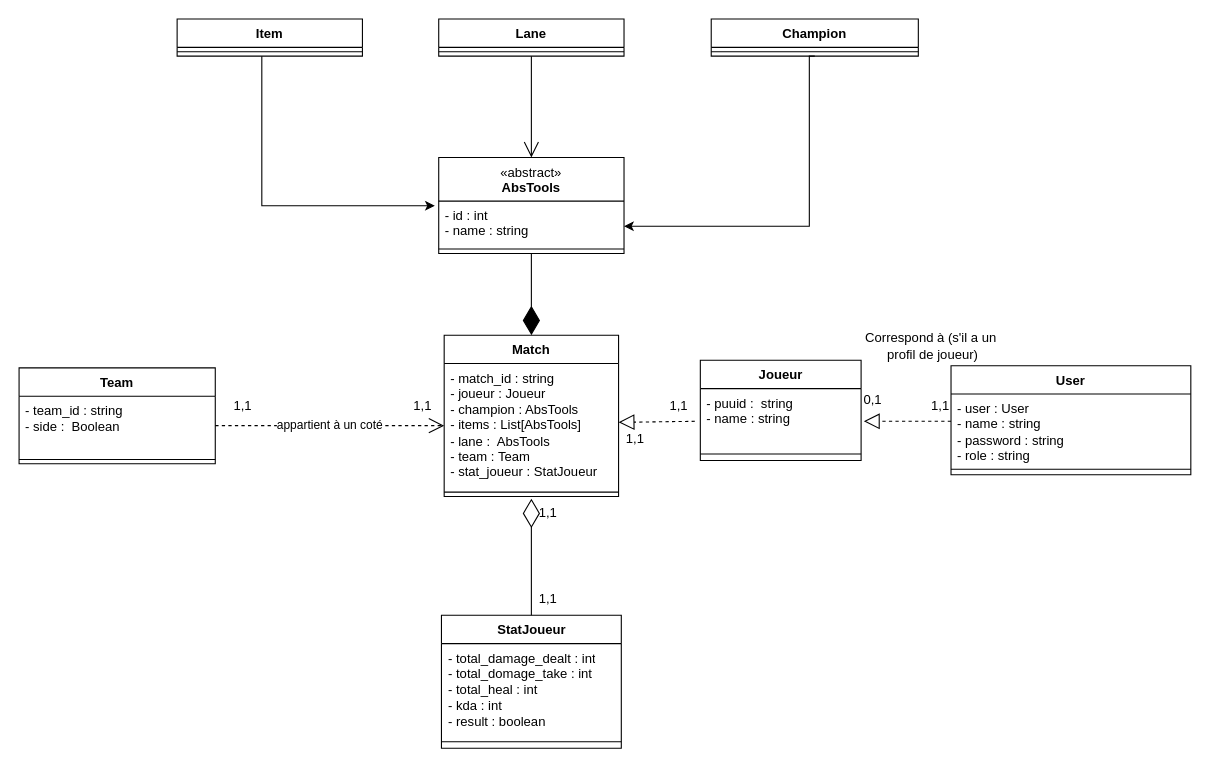
Before: Image Prod/League of legends.drawio in Niyo-D-JC/HelpWork, a draw.io diagram. Source tidied: cells renumbered, new cells numbered last; positions are measured from the earlier drawing's top-left corner, leaving out a move shared by most shapes. Both pictures are drawn from the tidied source at 109%, with x=0, y=0 at pixel (19, 19).
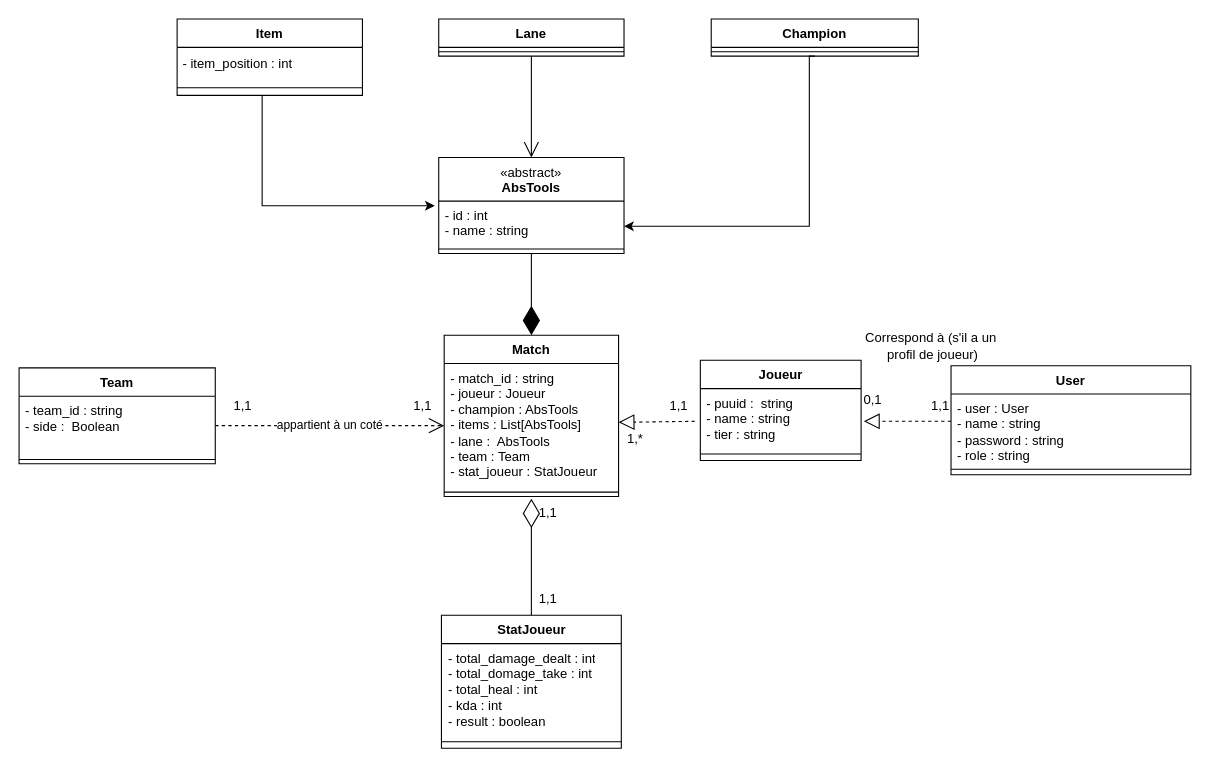
The same page after the edit.

Commit message:
Mettre à jour League of legends.drawio

Unchanged cells that the change refers to:
```xml
<mxCell id="19" value="- id : int&lt;br&gt;- name : string" style="text;strokeColor=none;fillColor=none;align=left;verticalAlign=top;spacingLeft=4;spacingRight=4;overflow=hidden;points=[[0,0.5],[1,0.5]];portConstraint=eastwest;whiteSpace=wrap;html=1;" parent="18" vertex="1">
  <mxGeometry y="40" width="170" height="40" as="geometry" />
</mxCell>
<mxCell id="36" value="Joueur" style="swimlane;fontStyle=1;align=center;verticalAlign=top;horizontal=1;startSize=26;whiteSpace=wrap;html=1;" parent="1" vertex="1">
  <mxGeometry x="625" y="313" width="147.5" height="92" as="geometry" />
</mxCell>
```

Change to the diagram source:
```diff
@@
     <mxCell id="16" value="Item" style="swimlane;fontStyle=1;align=center;verticalAlign=top;horizontal=1;startSize=26;whiteSpace=wrap;html=1;" parent="1" vertex="1">
-      <mxGeometry x="145" width="170" height="34" as="geometry" />
+      <mxGeometry x="145" width="170" height="70" as="geometry" />
     </mxCell>
+    <mxCell id="43" value="&amp;nbsp;- item_position : int" style="text;html=1;align=left;verticalAlign=middle;strokeColor=none;fillColor=none;" parent="16" vertex="1">
+      <mxGeometry y="26" width="170" height="30" as="geometry" />
+    </mxCell>
     <mxCell id="17" style="line;strokeWidth=1;fillColor=none;align=left;verticalAlign=middle;spacingTop=-1;spacingLeft=3;spacingRight=3;labelPosition=right;strokeColor=inherit;" parent="16" vertex="1">
-      <mxGeometry y="26" width="170" height="8" as="geometry" />
+      <mxGeometry y="56" width="170" height="14" as="geometry" />
     </mxCell>
@@
     <mxCell id="21" style="edgeStyle=orthogonalEdgeStyle;rounded=0;jettySize=auto;html=1;entryX=-0.021;entryY=0.105;entryDx=0;entryDy=0;entryPerimeter=0;" parent="1" edge="1" target="19">
       <mxGeometry relative="1" as="geometry">
-        <mxPoint x="222.7" y="34" as="sourcePoint" />
+        <mxPoint x="223" y="70" as="sourcePoint" />
         <Array as="points">
           <mxPoint x="223" y="171" />
         </Array>
       </mxGeometry>
     </mxCell>
@@
-    <mxCell id="37" value="- puuid :&amp;nbsp; string&lt;br&gt;- name : string" style="text;strokeColor=none;fillColor=none;align=left;verticalAlign=top;spacingLeft=4;spacingRight=4;overflow=hidden;whiteSpace=wrap;html=1;" parent="36" vertex="1">
+    <mxCell id="37" value="- puuid :&amp;nbsp; string&lt;br&gt;- name : string&lt;br&gt;- tier : string" style="text;strokeColor=none;fillColor=none;align=left;verticalAlign=top;spacingLeft=4;spacingRight=4;overflow=hidden;whiteSpace=wrap;html=1;" parent="36" vertex="1">
       <mxGeometry y="26" width="147.5" height="54" as="geometry" />
     </mxCell>
@@
-    <mxCell id="41" value="1,1" style="text;html=1;align=center;verticalAlign=middle;strokeColor=none;fillColor=none;" parent="1" vertex="1">
+    <mxCell id="41" value="1,*" style="text;html=1;align=center;verticalAlign=middle;strokeColor=none;fillColor=none;" parent="1" vertex="1">
       <mxGeometry x="545" y="370" width="40" height="30" as="geometry" />
     </mxCell>
```
